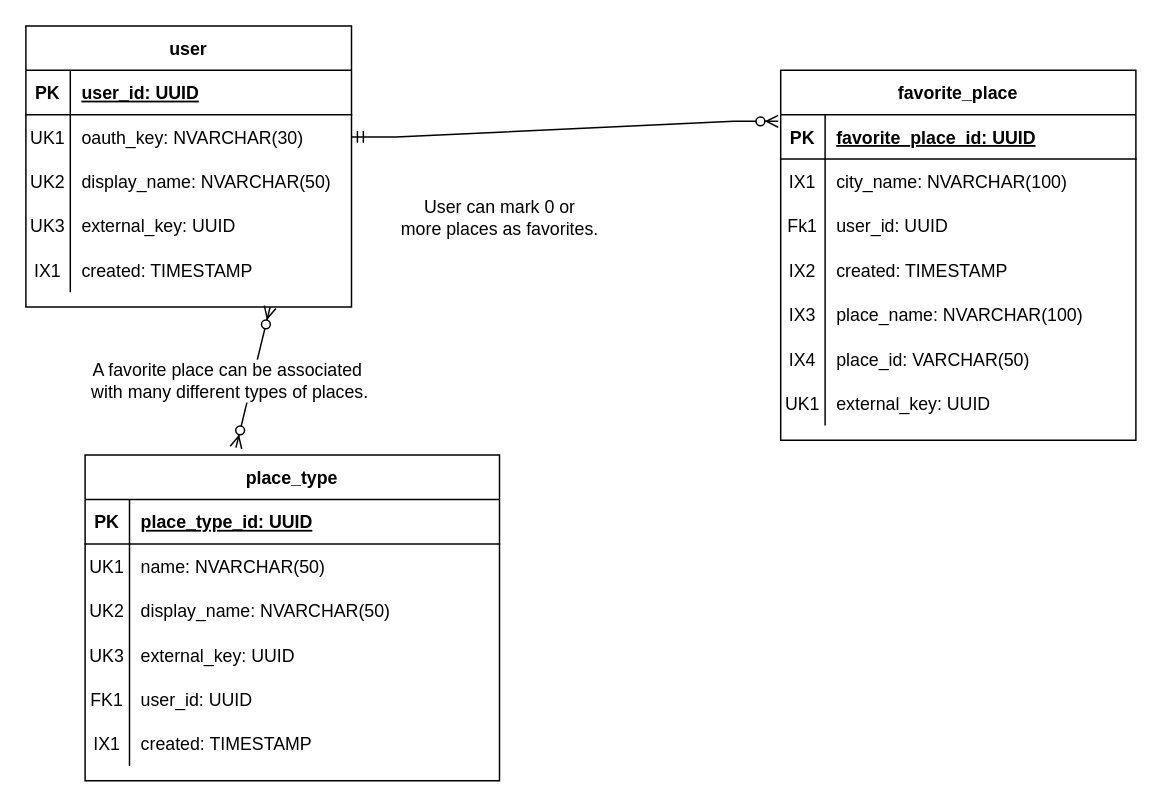
Above: docs/work/erd.drawio in northern-nm-highlights/northern-nm-highlights.github.io (draw.io), before the change. Source tidied: cells renumbered, new cells numbered last; positions are measured from the earlier drawing's top-left corner, leaving out a move shared by most shapes. Both pictures are drawn from the tidied source at 148%, with x=0, y=0 at pixel (25, 25).
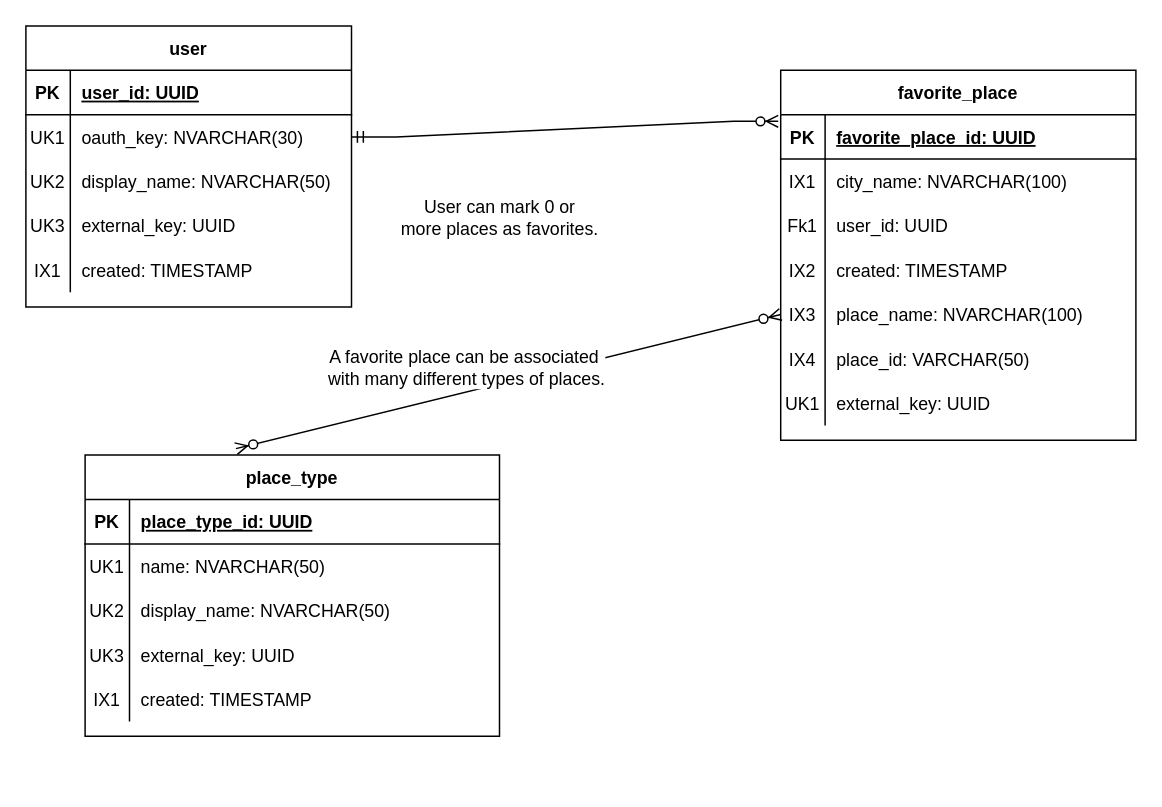
After the change.

Unchanged cells that the change refers to:
```xml
<mxCell id="2" value="user" style="shape=table;startSize=30;childLayout=tableLayout;rowLines=0;fontStyle=1;align=center;" parent="1" vertex="1">
  <mxGeometry width="220" height="190" as="geometry" />
</mxCell>
<mxCell id="31" style="shape=partialRectangle;fillColor=none;top=0;left=0;bottom=0;right=0;points=[[0,0.5],[1,0.5]];portConstraint=eastwest;" parent="18" vertex="1">
  <mxGeometry y="150" width="240" height="30" as="geometry" />
</mxCell>
```

Change to the diagram source:
```diff
@@
     <mxCell id="41" value="place_type" style="shape=table;startSize=30;childLayout=tableLayout;rowLines=0;fontStyle=1;align=center;" parent="1" vertex="1">
-      <mxGeometry x="40" y="290" width="280" height="220" as="geometry" />
+      <mxGeometry x="40" y="290" width="280" height="190" as="geometry" />
     </mxCell>
@@
-    <mxCell id="54" style="shape=partialRectangle;fillColor=none;top=0;left=0;bottom=0;right=0;" parent="41" vertex="1">
-      <mxGeometry y="150" width="280" height="30" as="geometry" />
-    </mxCell>
-    <mxCell id="55" value="FK1" style="shape=partialRectangle;fillColor=none;top=0;left=0;bottom=0;right=0;overflow=hidden;" parent="54" vertex="1">
-      <mxGeometry width="30" height="30" as="geometry" />
-    </mxCell>
-    <mxCell id="56" value="user_id: UUID" style="shape=partialRectangle;fillColor=none;top=0;left=0;bottom=0;right=0;align=left;spacingLeft=6;overflow=hidden;" parent="54" vertex="1">
-      <mxGeometry x="30" width="250" height="30" as="geometry" />
-    </mxCell>
     <mxCell id="57" style="shape=partialRectangle;fillColor=none;top=0;left=0;bottom=0;right=0;" parent="41" vertex="1">
-      <mxGeometry y="180" width="280" height="30" as="geometry" />
+      <mxGeometry y="150" width="280" height="30" as="geometry" />
     </mxCell>
@@
-    <mxCell id="61" value="A favorite place can be associated&lt;br&gt;&amp;nbsp;with many different types of places." style="fontSize=12;html=1;endArrow=ERzeroToMany;endFill=1;startArrow=ERzeroToMany;rounded=0;exitX=0.364;exitY=-0.023;exitDx=0;exitDy=0;exitPerimeter=0;entryX=0.75;entryY=1;entryDx=0;entryDy=0;" parent="1" edge="1" source="41" target="2">
+    <mxCell id="61" value="A favorite place can be associated&lt;br&gt;&amp;nbsp;with many different types of places." style="fontSize=12;html=1;endArrow=ERzeroToMany;endFill=1;startArrow=ERzeroToMany;rounded=0;exitX=0.364;exitY=-0.023;exitDx=0;exitDy=0;exitPerimeter=0;entryX=0;entryY=0.5;entryDx=0;entryDy=0;" parent="1" edge="1" source="41" target="31">
       <mxGeometry x="-0.14" y="16" relative="1" as="geometry" />
     </mxCell>
```
